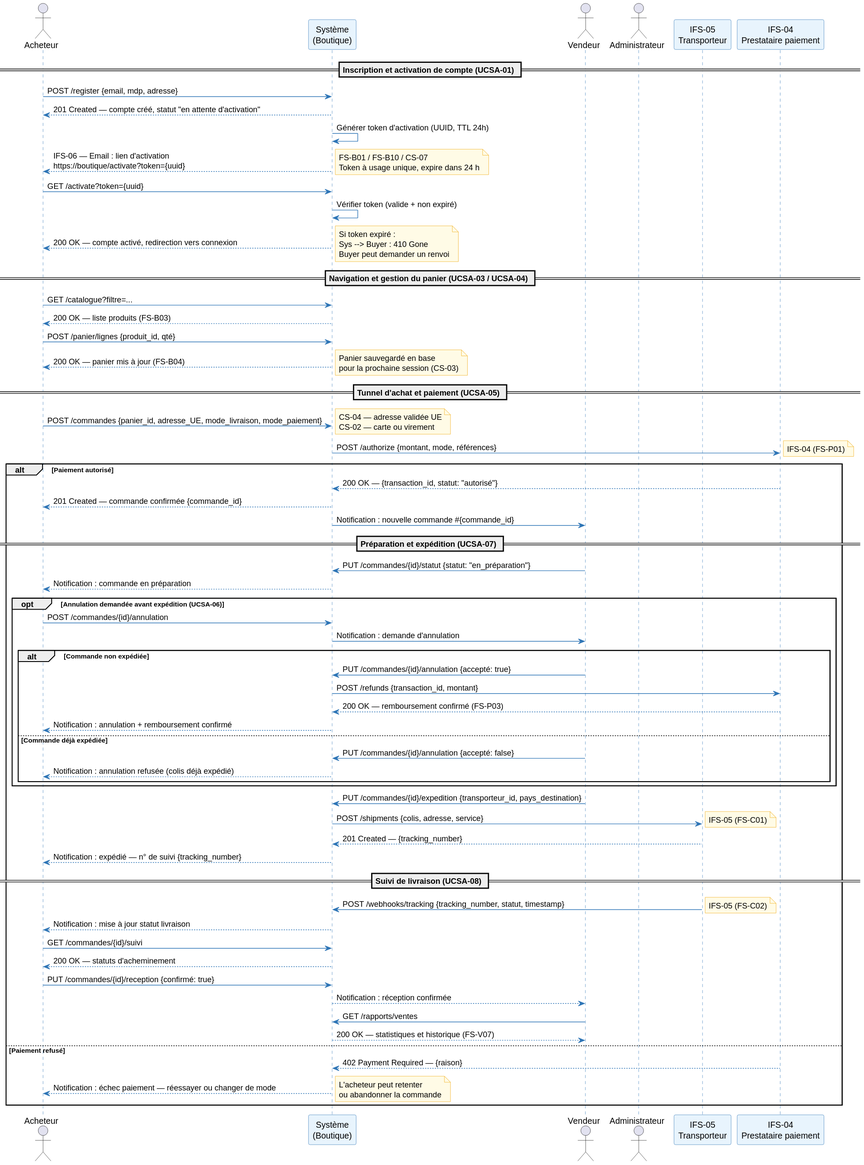
Above: architecture/02-system-analysis/diagrams/sa-sequence.svg in louistalvande/online_shop (PlantUML), before the change. The source it was exported from:
```plantuml
@startuml
skinparam sequenceArrowColor #2E75B6
skinparam sequenceParticipantBackgroundColor #E8F4FD
skinparam sequenceParticipantBorderColor #2E75B6
skinparam sequenceLifeLineBorderColor #2E75B6
skinparam noteBorderColor #F0A500
skinparam noteBackgroundColor #FFFBE6

actor Acheteur as Buyer
participant "Système\n(Boutique)" as Sys
actor Vendeur as Vendor
actor Administrateur as Admin
participant "IFS-05\nTransporteur" as Carrier
participant "IFS-04\nPrestataire paiement" as Payment

== Inscription et activation de compte (UCSA-01) ==
Buyer -> Sys : POST /register {email, mdp, adresse}
Sys --> Buyer : 201 Created — compte créé, statut "en attente d'activation"
Sys -> Sys : Générer token d'activation (UUID, TTL 24h)
Sys --> Buyer : IFS-06 — Email : lien d'activation\nhttps://boutique/activate?token={uuid}
note right : FS-B01 / FS-B10 / CS-07\nToken à usage unique, expire dans 24 h

Buyer -> Sys : GET /activate?token={uuid}
Sys -> Sys : Vérifier token (valide + non expiré)
Sys --> Buyer : 200 OK — compte activé, redirection vers connexion
note right : Si token expiré :\nSys --> Buyer : 410 Gone\nBuyer peut demander un renvoi

== Navigation et gestion du panier (UCSA-03 / UCSA-04) ==
Buyer -> Sys : GET /catalogue?filtre=...
Sys --> Buyer : 200 OK — liste produits (FS-B03)

Buyer -> Sys : POST /panier/lignes {produit_id, qté}
Sys --> Buyer : 200 OK — panier mis à jour (FS-B04)
note right : Panier sauvegardé en base\npour la prochaine session (CS-03)

== Tunnel d'achat et paiement (UCSA-05) ==
Buyer -> Sys : POST /commandes {panier_id, adresse_UE, mode_livraison, mode_paiement}
note right : CS-04 — adresse validée UE\nCS-02 — carte ou virement

Sys -> Payment : POST /authorize {montant, mode, références}
note right : IFS-04 (FS-P01)

alt Paiement autorisé
  Payment --> Sys : 200 OK — {transaction_id, statut: "autorisé"}
  Sys --> Buyer : 201 Created — commande confirmée {commande_id}
  Sys -> Vendor : Notification : nouvelle commande #{commande_id}

  == Préparation et expédition (UCSA-07) ==
  Vendor -> Sys : PUT /commandes/{id}/statut {statut: "en_préparation"}
  Sys --> Buyer : Notification : commande en préparation

  opt Annulation demandée avant expédition (UCSA-06)
    Buyer -> Sys : POST /commandes/{id}/annulation
    Sys -> Vendor : Notification : demande d'annulation
    alt Commande non expédiée
      Vendor -> Sys : PUT /commandes/{id}/annulation {accepté: true}
      Sys -> Payment : POST /refunds {transaction_id, montant}
      Payment --> Sys : 200 OK — remboursement confirmé (FS-P03)
      Sys --> Buyer : Notification : annulation + remboursement confirmé
    else Commande déjà expédiée
      Vendor -> Sys : PUT /commandes/{id}/annulation {accepté: false}
      Sys --> Buyer : Notification : annulation refusée (colis déjà expédié)
    end
  end

  Vendor -> Sys : PUT /commandes/{id}/expedition {transporteur_id, pays_destination}
  Sys -> Carrier : POST /shipments {colis, adresse, service}
  note right : IFS-05 (FS-C01)
  Carrier --> Sys : 201 Created — {tracking_number}
  Sys --> Buyer : Notification : expédié — n° de suivi {tracking_number}

  == Suivi de livraison (UCSA-08) ==
  Carrier -> Sys : POST /webhooks/tracking {tracking_number, statut, timestamp}
  note right : IFS-05 (FS-C02)
  Sys --> Buyer : Notification : mise à jour statut livraison

  Buyer -> Sys : GET /commandes/{id}/suivi
  Sys --> Buyer : 200 OK — statuts d'acheminement

  Buyer -> Sys : PUT /commandes/{id}/reception {confirmé: true}
  Sys --> Vendor : Notification : réception confirmée

  Vendor -> Sys : GET /rapports/ventes
  Sys --> Vendor : 200 OK — statistiques et historique (FS-V07)

else Paiement refusé
  Payment --> Sys : 402 Payment Required — {raison}
  Sys --> Buyer : Notification : échec paiement — réessayer ou changer de mode
  note right : L'acheteur peut retenter\nou abandonner la commande
end
@enduml
```
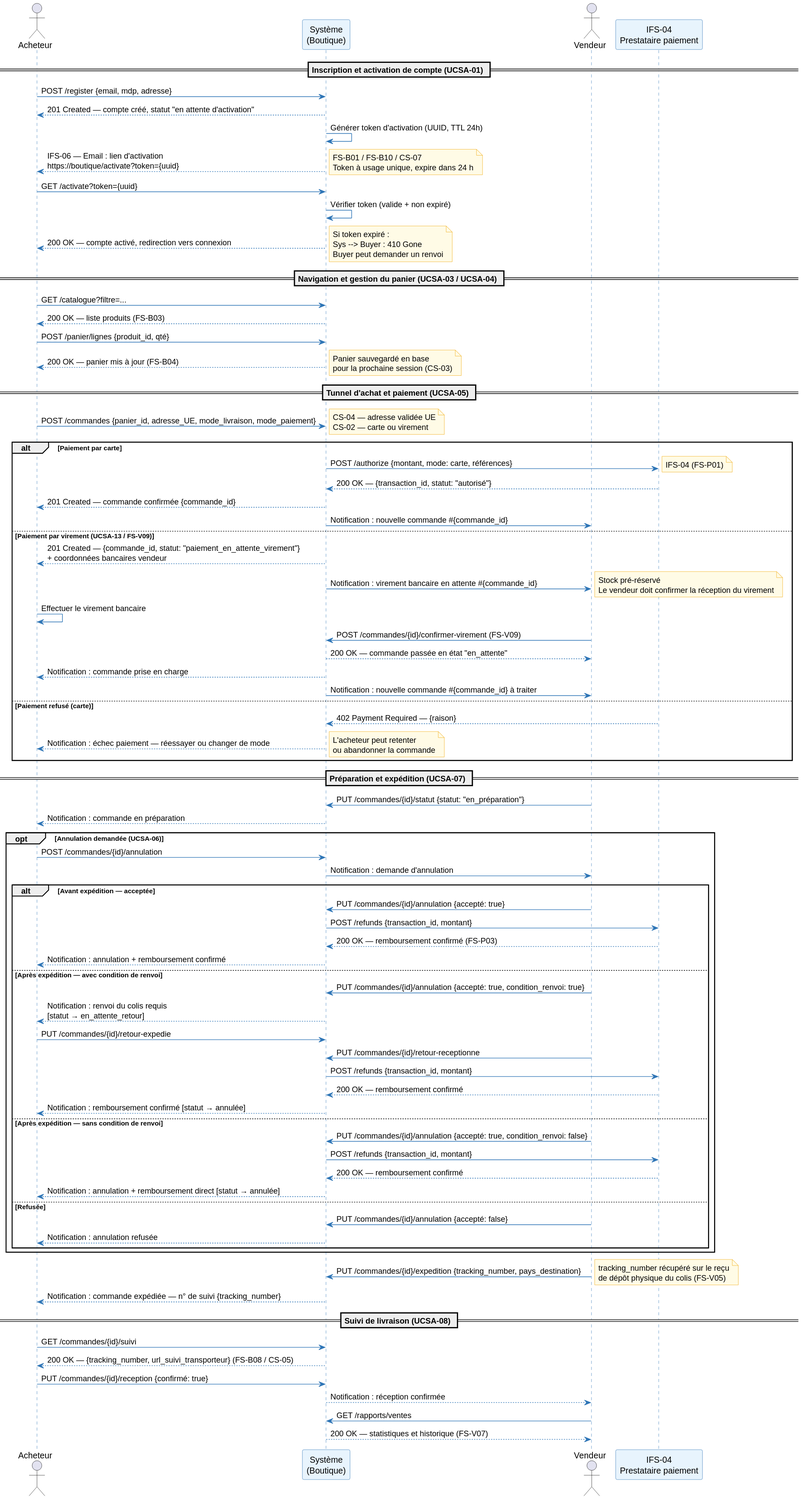
Above is the later version.

Diff of the diagram source:
```diff
@@ -9,8 +9,6 @@
 actor Acheteur as Buyer
 participant "Système\n(Boutique)" as Sys
 actor Vendeur as Vendor
-actor Administrateur as Admin
-participant "IFS-05\nTransporteur" as Carrier
 participant "IFS-04\nPrestataire paiement" as Payment
 
 == Inscription et activation de compte (UCSA-01) ==
@@ -37,55 +35,71 @@
 Buyer -> Sys : POST /commandes {panier_id, adresse_UE, mode_livraison, mode_paiement}
 note right : CS-04 — adresse validée UE\nCS-02 — carte ou virement
 
-Sys -> Payment : POST /authorize {montant, mode, références}
-note right : IFS-04 (FS-P01)
-
-alt Paiement autorisé
+alt Paiement par carte
+  Sys -> Payment : POST /authorize {montant, mode: carte, références}
+  note right : IFS-04 (FS-P01)
   Payment --> Sys : 200 OK — {transaction_id, statut: "autorisé"}
   Sys --> Buyer : 201 Created — commande confirmée {commande_id}
   Sys -> Vendor : Notification : nouvelle commande #{commande_id}
+
+else Paiement par virement (UCSA-13 / FS-V09)
+  Sys --> Buyer : 201 Created — {commande_id, statut: "paiement_en_attente_virement"}\n+ coordonnées bancaires vendeur
+  Sys -> Vendor : Notification : virement bancaire en attente #{commande_id}
+  note right : Stock pré-réservé\nLe vendeur doit confirmer la réception du virement
+  Buyer -> Buyer : Effectuer le virement bancaire
+  Vendor -> Sys : POST /commandes/{id}/confirmer-virement (FS-V09)
+  Sys --> Vendor : 200 OK — commande passée en état "en_attente"
+  Sys --> Buyer : Notification : commande prise en charge
+  Sys -> Vendor : Notification : nouvelle commande #{commande_id} à traiter
+
+else Paiement refusé (carte)
+  Payment --> Sys : 402 Payment Required — {raison}
+  Sys --> Buyer : Notification : échec paiement — réessayer ou changer de mode
+  note right : L'acheteur peut retenter\nou abandonner la commande
+end
 
   == Préparation et expédition (UCSA-07) ==
   Vendor -> Sys : PUT /commandes/{id}/statut {statut: "en_préparation"}
   Sys --> Buyer : Notification : commande en préparation
 
-  opt Annulation demandée avant expédition (UCSA-06)
+  opt Annulation demandée (UCSA-06)
     Buyer -> Sys : POST /commandes/{id}/annulation
     Sys -> Vendor : Notification : demande d'annulation
-    alt Commande non expédiée
+    alt Avant expédition — acceptée
       Vendor -> Sys : PUT /commandes/{id}/annulation {accepté: true}
       Sys -> Payment : POST /refunds {transaction_id, montant}
       Payment --> Sys : 200 OK — remboursement confirmé (FS-P03)
       Sys --> Buyer : Notification : annulation + remboursement confirmé
-    else Commande déjà expédiée
+    else Après expédition — avec condition de renvoi
+      Vendor -> Sys : PUT /commandes/{id}/annulation {accepté: true, condition_renvoi: true}
+      Sys --> Buyer : Notification : renvoi du colis requis\n[statut → en_attente_retour]
+      Buyer -> Sys : PUT /commandes/{id}/retour-expedie
+      Vendor -> Sys : PUT /commandes/{id}/retour-receptionne
+      Sys -> Payment : POST /refunds {transaction_id, montant}
+      Payment --> Sys : 200 OK — remboursement confirmé
+      Sys --> Buyer : Notification : remboursement confirmé [statut → annulée]
+    else Après expédition — sans condition de renvoi
+      Vendor -> Sys : PUT /commandes/{id}/annulation {accepté: true, condition_renvoi: false}
+      Sys -> Payment : POST /refunds {transaction_id, montant}
+      Payment --> Sys : 200 OK — remboursement confirmé
+      Sys --> Buyer : Notification : annulation + remboursement direct [statut → annulée]
+    else Refusée
       Vendor -> Sys : PUT /commandes/{id}/annulation {accepté: false}
-      Sys --> Buyer : Notification : annulation refusée (colis déjà expédié)
+      Sys --> Buyer : Notification : annulation refusée
     end
   end
 
-  Vendor -> Sys : PUT /commandes/{id}/expedition {transporteur_id, pays_destination}
-  Sys -> Carrier : POST /shipments {colis, adresse, service}
-  note right : IFS-05 (FS-C01)
-  Carrier --> Sys : 201 Created — {tracking_number}
-  Sys --> Buyer : Notification : expédié — n° de suivi {tracking_number}
+  Vendor -> Sys : PUT /commandes/{id}/expedition {tracking_number, pays_destination}
+  note right : tracking_number récupéré sur le reçu\nde dépôt physique du colis (FS-V05)
+  Sys --> Buyer : Notification : commande expédiée — n° de suivi {tracking_number}
 
   == Suivi de livraison (UCSA-08) ==
-  Carrier -> Sys : POST /webhooks/tracking {tracking_number, statut, timestamp}
-  note right : IFS-05 (FS-C02)
-  Sys --> Buyer : Notification : mise à jour statut livraison
-
   Buyer -> Sys : GET /commandes/{id}/suivi
-  Sys --> Buyer : 200 OK — statuts d'acheminement
+  Sys --> Buyer : 200 OK — {tracking_number, url_suivi_transporteur} (FS-B08 / CS-05)
 
   Buyer -> Sys : PUT /commandes/{id}/reception {confirmé: true}
   Sys --> Vendor : Notification : réception confirmée
 
   Vendor -> Sys : GET /rapports/ventes
   Sys --> Vendor : 200 OK — statistiques et historique (FS-V07)
-
-else Paiement refusé
-  Payment --> Sys : 402 Payment Required — {raison}
-  Sys --> Buyer : Notification : échec paiement — réessayer ou changer de mode
-  note right : L'acheteur peut retenter\nou abandonner la commande
-end
 @enduml
```
